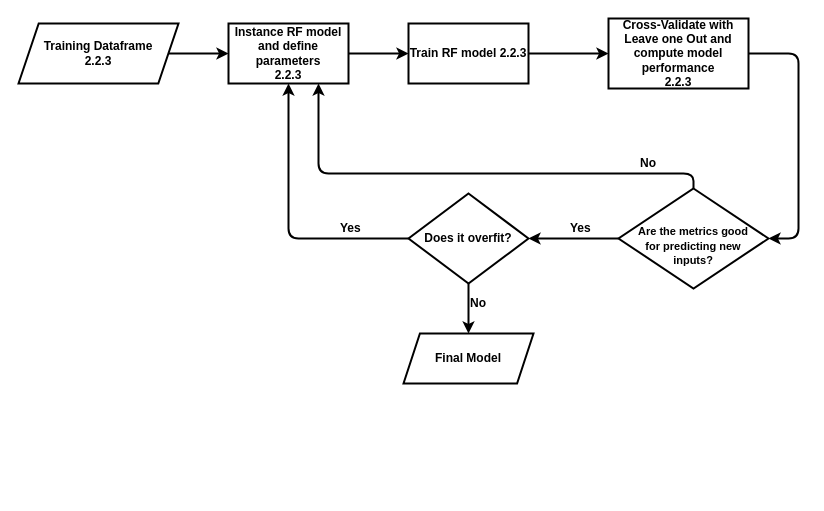
Before: src/diagrama_modelo.drawio in msreis/Multiresolution-nuclear-protein-classifier, a draw.io diagram. Source tidied: cells renumbered, new cells numbered last; positions are measured from the earlier drawing's top-left corner, leaving out a move shared by most shapes. Both pictures are drawn from the tidied source at 100%, with x=0, y=0 at pixel (18, 18).
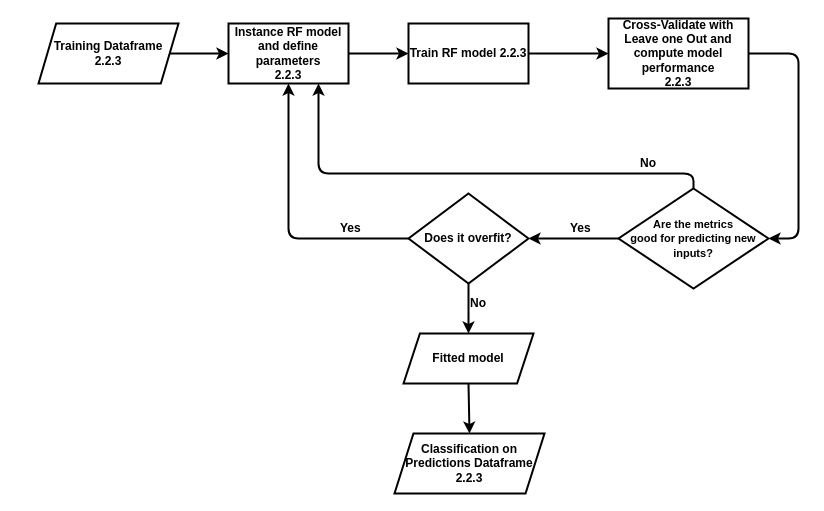
The same diagram, later.

Diff of the diagram source:
```diff
@@
     <mxCell id="2" value="&lt;b&gt;Training Dataframe&lt;br&gt;2.2.3&lt;br&gt;&lt;/b&gt;" style="shape=parallelogram;perimeter=parallelogramPerimeter;whiteSpace=wrap;html=1;strokeWidth=2;fillColor=#ffffff;fontSize=12;size=0.12631578947368421;" parent="1" vertex="1">
-      <mxGeometry y="5" width="160" height="60" as="geometry" />
+      <mxGeometry x="20" y="5" width="140" height="60" as="geometry" />
     </mxCell>
@@
-    <mxCell id="11" value="&lt;b&gt;&lt;font style=&quot;font-size: 11px&quot;&gt;&lt;br&gt;Are the metrics good&lt;br&gt;for predicting new&lt;br&gt;inputs?&lt;/font&gt;&lt;br&gt;&lt;/b&gt;" style="rhombus;whiteSpace=wrap;html=1;strokeWidth=2;fillColor=#ffffff;fontSize=12;align=center;" parent="1" vertex="1">
+    <mxCell id="11" value="&lt;b&gt;&lt;font style=&quot;font-size: 11px&quot;&gt;Are the metrics&lt;br&gt;good&amp;nbsp;for predicting new&lt;br&gt;inputs?&lt;/font&gt;&lt;br&gt;&lt;/b&gt;" style="rhombus;whiteSpace=wrap;html=1;strokeWidth=2;fillColor=#ffffff;fontSize=12;align=center;" parent="1" vertex="1">
       <mxGeometry x="600" y="170" width="150" height="100" as="geometry" />
     </mxCell>
@@
-    <mxCell id="19" value="&lt;b&gt;Final Model&lt;br&gt;&lt;/b&gt;" style="shape=parallelogram;perimeter=parallelogramPerimeter;whiteSpace=wrap;html=1;strokeWidth=2;fillColor=#ffffff;fontSize=12;size=0.12631578947368421;" parent="1" vertex="1">
+    <mxCell id="19" value="&lt;b&gt;Fitted model&lt;br&gt;&lt;/b&gt;" style="shape=parallelogram;perimeter=parallelogramPerimeter;whiteSpace=wrap;html=1;strokeWidth=2;fillColor=#ffffff;fontSize=12;size=0.12631578947368421;" parent="1" vertex="1">
       <mxGeometry x="385" y="315" width="130" height="50" as="geometry" />
     </mxCell>
@@
+    <mxCell id="21" style="endArrow=classic;html=1;strokeWidth=2;fontSize=12;entryX=0.5;entryY=0;entryDx=0;entryDy=0;exitX=0.5;exitY=1;exitDx=0;exitDy=0;" parent="1" edge="1" source="19" target="22">
+      <mxGeometry relative="1" as="geometry" />
+    </mxCell>
+    <mxCell id="22" value="&lt;b&gt;Classification on Predictions Dataframe&lt;br&gt;2.2.3&lt;br&gt;&lt;/b&gt;" style="shape=parallelogram;perimeter=parallelogramPerimeter;whiteSpace=wrap;html=1;strokeWidth=2;fillColor=#ffffff;fontSize=12;size=0.12631578947368421;" parent="1" vertex="1">
+      <mxGeometry x="376" y="415" width="150" height="60" as="geometry" />
+    </mxCell>
```
